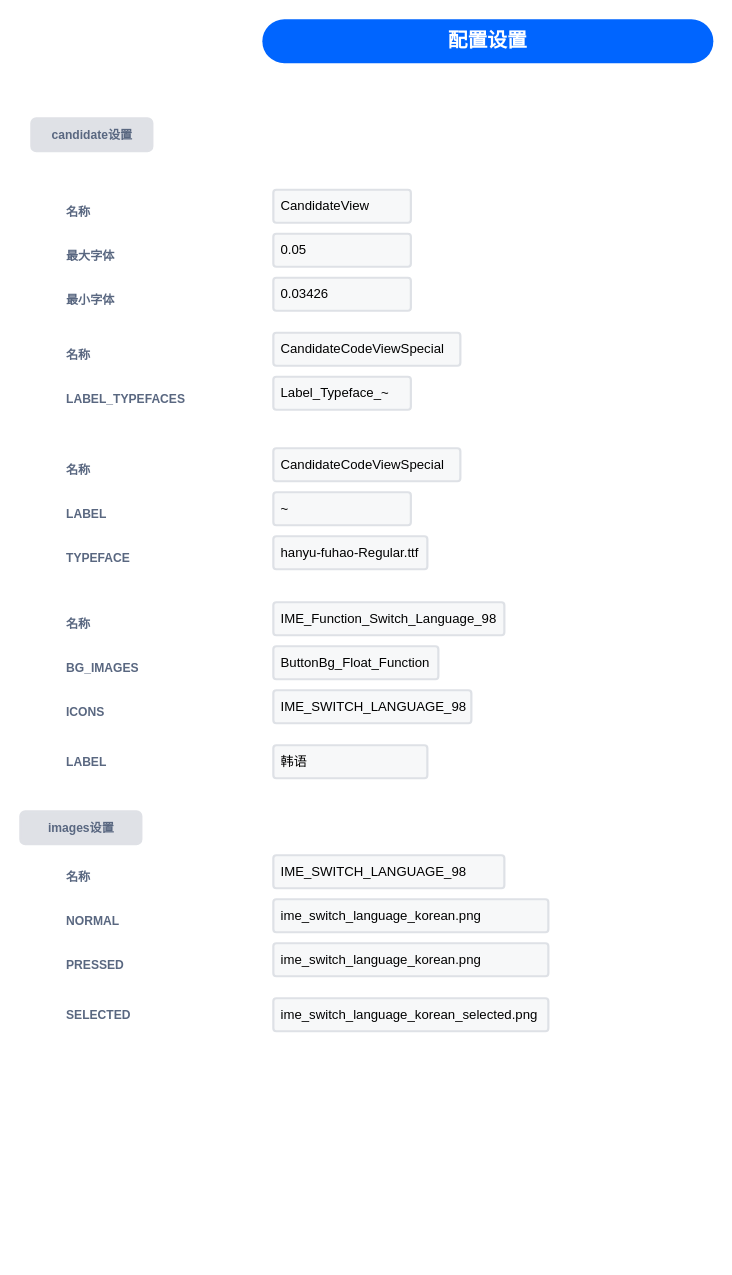
This is layout-editor/配置设置.drawio from chonglv/charts, a draw.io file, before an edit. Source tidied: cells renumbered, new cells numbered last; positions are measured from the earlier drawing's top-left corner, leaving out a move shared by most shapes. Both pictures are drawn from the tidied source at 110%, with x=0, y=0 at pixel (20, 19).
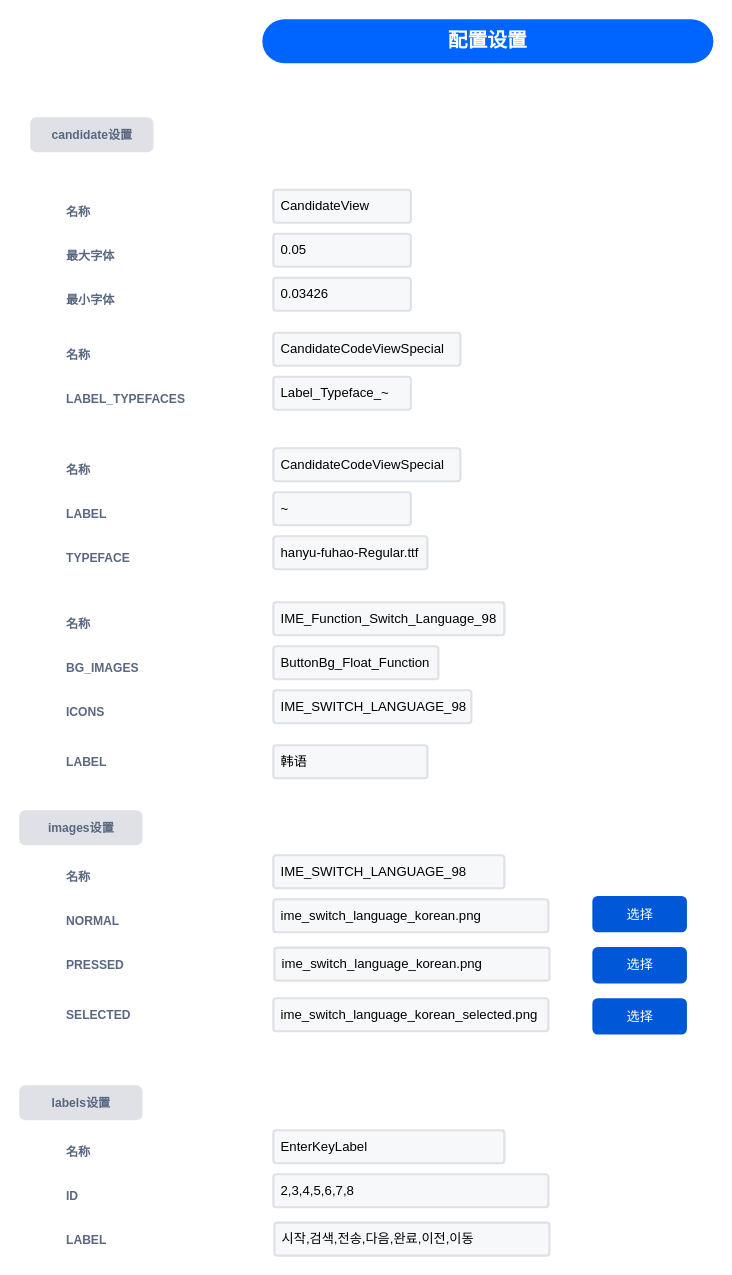
After the change.

Commit message (it also covers changes not shown here):
更新配置设置.drawio

What changed in the source:
```diff
@@
     <mxCell id="33" value="ime_switch_language_korean.png" style="rounded=1;arcSize=9;fillColor=#F7F8F9;align=left;spacingLeft=5;strokeColor=#DEE1E6;html=1;strokeWidth=2;fontSize=12;" parent="1" vertex="1">
-      <mxGeometry x="230" y="840" width="250" height="30" as="geometry" />
+      <mxGeometry x="231" y="844" width="250" height="30" as="geometry" />
     </mxCell>
@@
+    <mxCell id="37" value="选择" style="rounded=1;fillColor=#0057D8;align=center;strokeColor=none;html=1;fontColor=#ffffff;fontSize=12;" parent="1" vertex="1">
+      <mxGeometry x="520" y="797" width="86" height="33" as="geometry" />
+    </mxCell>
+    <mxCell id="38" value="选择" style="rounded=1;fillColor=#0057D8;align=center;strokeColor=none;html=1;fontColor=#ffffff;fontSize=12;" parent="1" vertex="1">
+      <mxGeometry x="520" y="843.5" width="86" height="33" as="geometry" />
+    </mxCell>
+    <mxCell id="39" value="选择" style="rounded=1;fillColor=#0057D8;align=center;strokeColor=none;html=1;fontColor=#ffffff;fontSize=12;" parent="1" vertex="1">
+      <mxGeometry x="520" y="890" width="86" height="33" as="geometry" />
+    </mxCell>
+    <mxCell id="40" value="&lt;div style=&quot;text-align: left&quot;&gt;&lt;font color=&quot;#596780&quot;&gt;&lt;span style=&quot;font-size: 11px&quot;&gt;labels设置&lt;/span&gt;&lt;/font&gt;&lt;/div&gt;" style="dashed=0;html=1;rounded=1;fillColor=#DFE1E6;strokeColor=#DFE1E6;fontSize=12;align=center;fontStyle=1;strokeWidth=2;fontColor=#42526E;" parent="1" vertex="1">
+      <mxGeometry y="970" width="110" height="30" as="geometry" />
+    </mxCell>
+    <mxCell id="41" value="EnterKeyLabel" style="rounded=1;arcSize=9;fillColor=#F7F8F9;align=left;spacingLeft=5;strokeColor=#DEE1E6;html=1;strokeWidth=2;fontSize=12;" parent="1" vertex="1">
+      <mxGeometry x="230" y="1010" width="210" height="30" as="geometry" />
+    </mxCell>
+    <mxCell id="42" value="名称" style="fillColor=none;strokeColor=none;html=1;fontSize=11;fontStyle=0;align=left;fontColor=#596780;fontStyle=1;fontSize=11;" parent="1" vertex="1">
+      <mxGeometry x="40" y="1020" width="60" height="20" as="geometry" />
+    </mxCell>
+    <mxCell id="43" value="2,3,4,5,6,7,8" style="rounded=1;arcSize=9;fillColor=#F7F8F9;align=left;spacingLeft=5;strokeColor=#DEE1E6;html=1;strokeWidth=2;fontSize=12;" parent="1" vertex="1">
+      <mxGeometry x="230" y="1050" width="250" height="30" as="geometry" />
+    </mxCell>
+    <mxCell id="44" value="ID" style="fillColor=none;strokeColor=none;html=1;fontSize=11;fontStyle=0;align=left;fontColor=#596780;fontStyle=1;fontSize=11;" parent="1" vertex="1">
+      <mxGeometry x="40" y="1060" width="60" height="20" as="geometry" />
+    </mxCell>
+    <mxCell id="45" value="시작,검색,전송,다음,완료,이전,이동" style="rounded=1;arcSize=9;fillColor=#F7F8F9;align=left;spacingLeft=5;strokeColor=#DEE1E6;html=1;strokeWidth=2;fontSize=12;" parent="1" vertex="1">
+      <mxGeometry x="231" y="1094" width="250" height="30" as="geometry" />
+    </mxCell>
+    <mxCell id="46" value="LABEL" style="fillColor=none;strokeColor=none;html=1;fontSize=11;fontStyle=0;align=left;fontColor=#596780;fontStyle=1;fontSize=11;" parent="1" vertex="1">
+      <mxGeometry x="40" y="1100" width="60" height="20" as="geometry" />
+    </mxCell>
```
